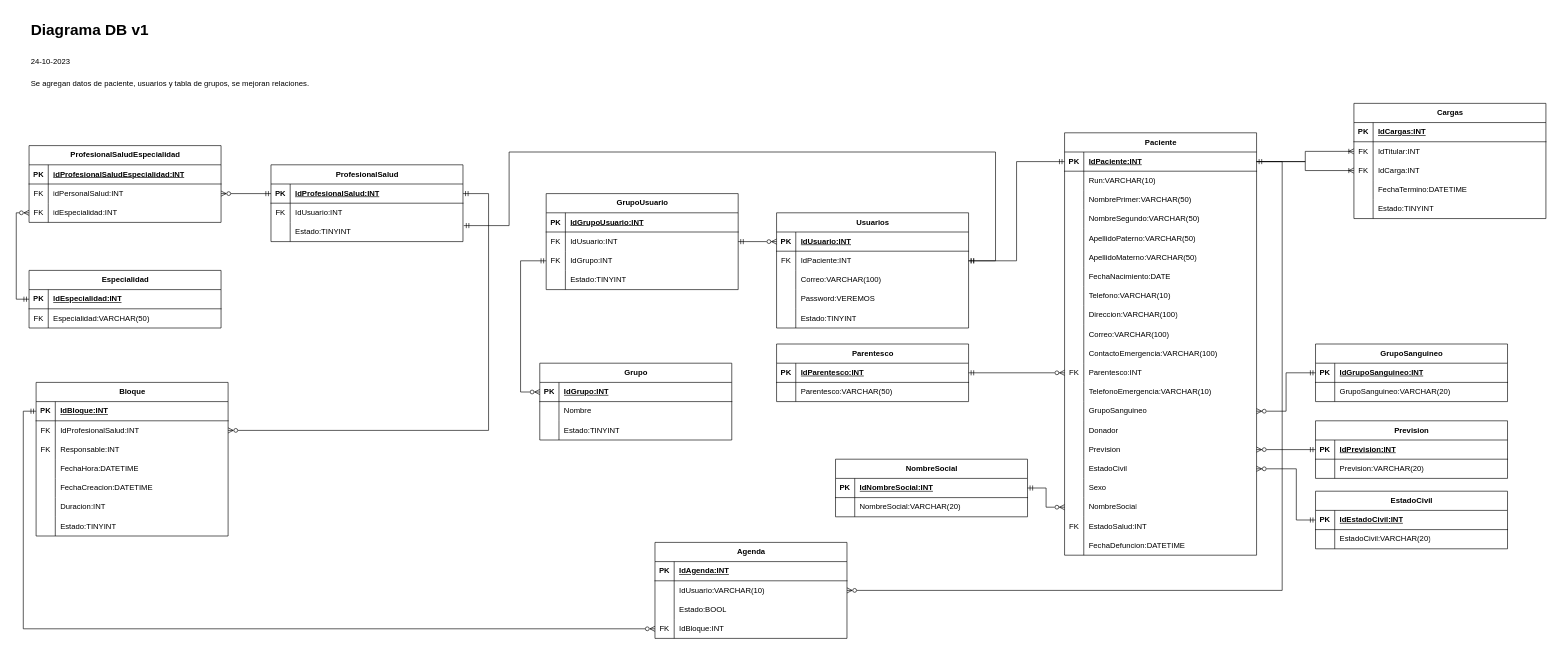
Before: DiagramaDB.drawio in JonaNomas/his-diagram, a draw.io diagram. Source tidied: cells renumbered, new cells numbered last; positions are measured from the earlier drawing's top-left corner, leaving out a move shared by most shapes. Both pictures are drawn from the tidied source at 64%, with x=0, y=0 at pixel (28, 17).
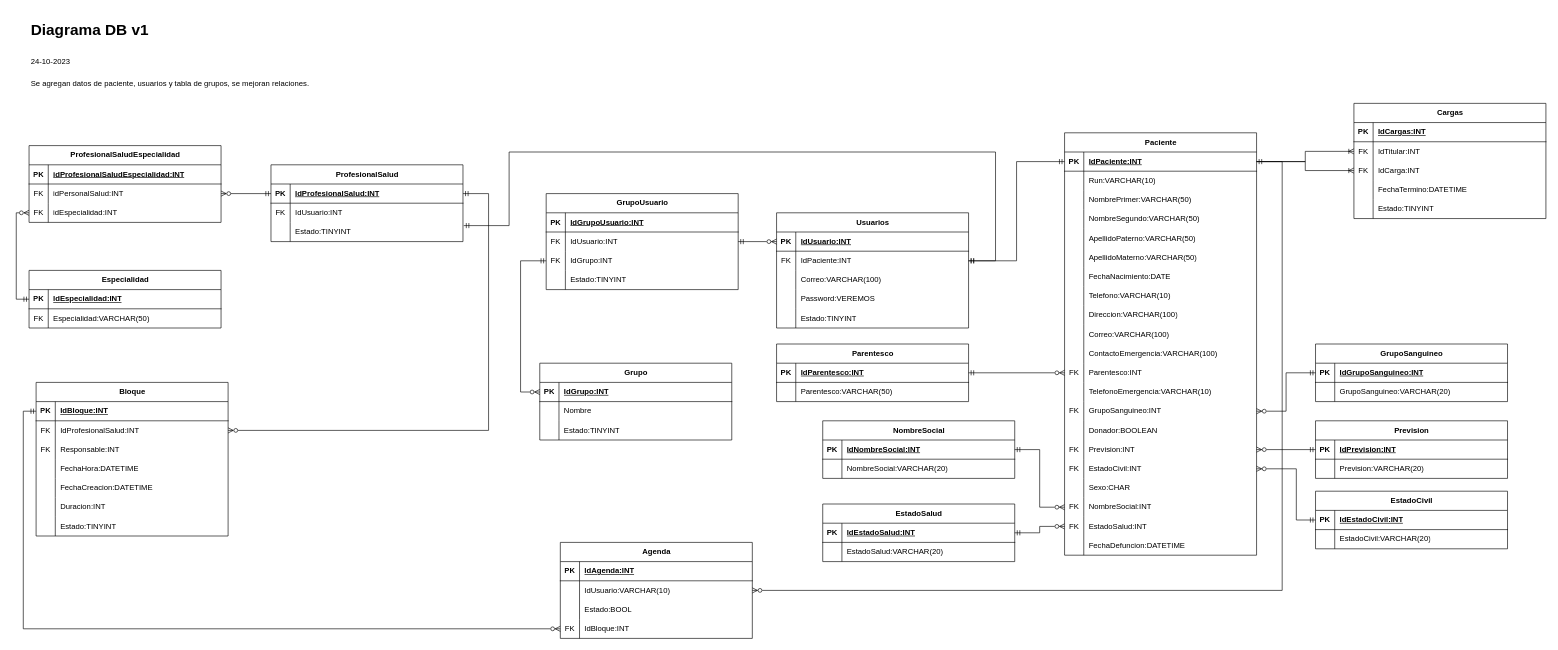
Above is the later version.

Commit message:
Se agrega tabla EstadoSalud

The change refers to these unchanged cells:
```xml
<mxCell id="42" style="shape=tableRow;horizontal=0;startSize=0;swimlaneHead=0;swimlaneBody=0;fillColor=none;points=[[0,0.5],[1,0.5]];portConstraint=eastwest;top=0;left=0;right=0;bottom=0;" parent="2" vertex="1">
  <mxGeometry y="420" width="300" height="30" as="geometry" />
</mxCell>
<mxCell id="45" style="shape=tableRow;horizontal=0;startSize=0;swimlaneHead=0;swimlaneBody=0;fillColor=none;top=0;left=0;right=0;bottom=0;" parent="2" vertex="1">
  <mxGeometry y="450" width="300" height="30" as="geometry" />
</mxCell>
<mxCell id="48" style="shape=tableRow;horizontal=0;startSize=0;swimlaneHead=0;swimlaneBody=0;fillColor=none;points=[[0,0.5],[1,0.5]];portConstraint=eastwest;top=0;left=0;right=0;bottom=0;" parent="2" vertex="1">
  <mxGeometry y="480" width="300" height="30" as="geometry" />
</mxCell>
<mxCell id="51" style="shape=tableRow;horizontal=0;startSize=0;swimlaneHead=0;swimlaneBody=0;fillColor=none;points=[[0,0.5],[1,0.5]];portConstraint=eastwest;top=0;left=0;right=0;bottom=0;" parent="2" vertex="1">
  <mxGeometry y="510" width="300" height="30" as="geometry" />
</mxCell>
<mxCell id="54" style="shape=tableRow;horizontal=0;startSize=0;swimlaneHead=0;swimlaneBody=0;fillColor=none;top=0;left=0;right=0;bottom=0;" parent="2" vertex="1">
  <mxGeometry y="540" width="300" height="30" as="geometry" />
</mxCell>
<mxCell id="57" style="shape=tableRow;horizontal=0;startSize=0;swimlaneHead=0;swimlaneBody=0;fillColor=none;points=[[0,0.5],[1,0.5]];portConstraint=eastwest;top=0;left=0;right=0;bottom=0;" parent="2" vertex="1">
  <mxGeometry y="570" width="300" height="30" as="geometry" />
</mxCell>
<mxCell id="60" style="shape=tableRow;horizontal=0;startSize=0;swimlaneHead=0;swimlaneBody=0;fillColor=none;points=[[0,0.5],[1,0.5]];portConstraint=eastwest;top=0;left=0;right=0;bottom=0;" parent="2" vertex="1">
  <mxGeometry y="600" width="300" height="30" as="geometry" />
</mxCell>
```

The edit, as a diff of the source:
```diff
@@
-    <mxCell id="43" style="shape=partialRectangle;fillColor=none;top=0;left=0;bottom=0;right=0;overflow=hidden;whiteSpace=wrap;html=1;" parent="42" vertex="1">
+    <mxCell id="43" value="FK" style="shape=partialRectangle;fillColor=none;top=0;left=0;bottom=0;right=0;overflow=hidden;whiteSpace=wrap;html=1;" parent="42" vertex="1">
       <mxGeometry width="30" height="30" as="geometry" />
     </mxCell>
-    <mxCell id="44" value="GrupoSanguineo" style="shape=partialRectangle;fillColor=none;top=0;left=0;bottom=0;right=0;align=left;spacingLeft=6;overflow=hidden;whiteSpace=wrap;html=1;" parent="42" vertex="1">
+    <mxCell id="44" value="GrupoSanguineo:INT" style="shape=partialRectangle;fillColor=none;top=0;left=0;bottom=0;right=0;align=left;spacingLeft=6;overflow=hidden;whiteSpace=wrap;html=1;" parent="42" vertex="1">
       <mxGeometry x="30" width="270" height="30" as="geometry" />
     </mxCell>
@@
-    <mxCell id="47" value="Donador" style="shape=partialRectangle;fillColor=none;top=0;left=0;bottom=0;right=0;align=left;spacingLeft=6;overflow=hidden;whiteSpace=wrap;html=1;" parent="45" vertex="1">
+    <mxCell id="47" value="Donador:BOOLEAN" style="shape=partialRectangle;fillColor=none;top=0;left=0;bottom=0;right=0;align=left;spacingLeft=6;overflow=hidden;whiteSpace=wrap;html=1;" parent="45" vertex="1">
       <mxGeometry x="30" width="270" height="30" as="geometry" />
     </mxCell>
@@
-    <mxCell id="49" style="shape=partialRectangle;fillColor=none;top=0;left=0;bottom=0;right=0;overflow=hidden;whiteSpace=wrap;html=1;" parent="48" vertex="1">
+    <mxCell id="49" value="FK" style="shape=partialRectangle;fillColor=none;top=0;left=0;bottom=0;right=0;overflow=hidden;whiteSpace=wrap;html=1;" parent="48" vertex="1">
       <mxGeometry width="30" height="30" as="geometry" />
     </mxCell>
-    <mxCell id="50" value="Prevision" style="shape=partialRectangle;fillColor=none;top=0;left=0;bottom=0;right=0;align=left;spacingLeft=6;overflow=hidden;whiteSpace=wrap;html=1;" parent="48" vertex="1">
+    <mxCell id="50" value="Prevision:INT" style="shape=partialRectangle;fillColor=none;top=0;left=0;bottom=0;right=0;align=left;spacingLeft=6;overflow=hidden;whiteSpace=wrap;html=1;" parent="48" vertex="1">
       <mxGeometry x="30" width="270" height="30" as="geometry" />
     </mxCell>
@@
-    <mxCell id="52" style="shape=partialRectangle;fillColor=none;top=0;left=0;bottom=0;right=0;overflow=hidden;whiteSpace=wrap;html=1;" parent="51" vertex="1">
+    <mxCell id="52" value="FK" style="shape=partialRectangle;fillColor=none;top=0;left=0;bottom=0;right=0;overflow=hidden;whiteSpace=wrap;html=1;" parent="51" vertex="1">
       <mxGeometry width="30" height="30" as="geometry" />
     </mxCell>
-    <mxCell id="53" value="EstadoCivil" style="shape=partialRectangle;fillColor=none;top=0;left=0;bottom=0;right=0;align=left;spacingLeft=6;overflow=hidden;whiteSpace=wrap;html=1;" parent="51" vertex="1">
+    <mxCell id="53" value="EstadoCivil:INT" style="shape=partialRectangle;fillColor=none;top=0;left=0;bottom=0;right=0;align=left;spacingLeft=6;overflow=hidden;whiteSpace=wrap;html=1;" parent="51" vertex="1">
       <mxGeometry x="30" width="270" height="30" as="geometry" />
     </mxCell>
@@
-    <mxCell id="56" value="Sexo" style="shape=partialRectangle;fillColor=none;top=0;left=0;bottom=0;right=0;align=left;spacingLeft=6;overflow=hidden;whiteSpace=wrap;html=1;" parent="54" vertex="1">
+    <mxCell id="56" value="Sexo:CHAR" style="shape=partialRectangle;fillColor=none;top=0;left=0;bottom=0;right=0;align=left;spacingLeft=6;overflow=hidden;whiteSpace=wrap;html=1;" parent="54" vertex="1">
       <mxGeometry x="30" width="270" height="30" as="geometry" />
     </mxCell>
@@
-    <mxCell id="58" style="shape=partialRectangle;fillColor=none;top=0;left=0;bottom=0;right=0;overflow=hidden;whiteSpace=wrap;html=1;" parent="57" vertex="1">
+    <mxCell id="58" value="FK" style="shape=partialRectangle;fillColor=none;top=0;left=0;bottom=0;right=0;overflow=hidden;whiteSpace=wrap;html=1;" parent="57" vertex="1">
       <mxGeometry width="30" height="30" as="geometry" />
     </mxCell>
-    <mxCell id="59" value="NombreSocial" style="shape=partialRectangle;fillColor=none;top=0;left=0;bottom=0;right=0;align=left;spacingLeft=6;overflow=hidden;whiteSpace=wrap;html=1;" parent="57" vertex="1">
+    <mxCell id="59" value="NombreSocial:INT" style="shape=partialRectangle;fillColor=none;top=0;left=0;bottom=0;right=0;align=left;spacingLeft=6;overflow=hidden;whiteSpace=wrap;html=1;" parent="57" vertex="1">
       <mxGeometry x="30" width="270" height="30" as="geometry" />
     </mxCell>
@@
     <mxCell id="89" value="Agenda" style="shape=table;startSize=30;childLayout=tableLayout;rowLines=0;fontStyle=1;align=center;html=1;" parent="1" vertex="1">
-      <mxGeometry x="979.9" y="820" width="300" height="150" as="geometry" />
+      <mxGeometry x="832" y="820" width="300" height="150" as="geometry" />
     </mxCell>
@@
     <mxCell id="220" value="NombreSocial" style="shape=table;startSize=30;childLayout=tableLayout;rowLines=0;fontStyle=1;align=center;html=1;" parent="1" vertex="1">
-      <mxGeometry x="1262" y="690" width="300" height="90" as="geometry" />
+      <mxGeometry x="1242" y="630" width="300" height="90" as="geometry" />
     </mxCell>
@@
+    <mxCell id="236" value="EstadoSalud" style="shape=table;startSize=30;childLayout=tableLayout;rowLines=0;fontStyle=1;align=center;html=1;" parent="1" vertex="1">
+      <mxGeometry x="1242" y="760" width="300" height="90" as="geometry" />
+    </mxCell>
+    <mxCell id="237" style="shape=tableRow;horizontal=0;startSize=0;swimlaneHead=0;swimlaneBody=0;fillColor=none;points=[[0,0.5],[1,0.5]];portConstraint=eastwest;top=0;left=0;right=0;bottom=1;" parent="236" vertex="1">
+      <mxGeometry y="30" width="300" height="30" as="geometry" />
+    </mxCell>
+    <mxCell id="238" value="PK" style="shape=partialRectangle;fillColor=none;top=0;left=0;bottom=0;right=0;fontStyle=1;overflow=hidden;whiteSpace=wrap;html=1;" parent="237" vertex="1">
+      <mxGeometry width="30" height="30" as="geometry" />
+    </mxCell>
+    <mxCell id="239" value="IdEstadoSalud:INT" style="shape=partialRectangle;fillColor=none;top=0;left=0;bottom=0;right=0;align=left;spacingLeft=6;fontStyle=5;overflow=hidden;whiteSpace=wrap;html=1;" parent="237" vertex="1">
+      <mxGeometry x="30" width="270" height="30" as="geometry" />
+    </mxCell>
+    <mxCell id="240" style="shape=tableRow;horizontal=0;startSize=0;swimlaneHead=0;swimlaneBody=0;fillColor=none;top=0;left=0;right=0;bottom=0;" parent="236" vertex="1">
+      <mxGeometry y="60" width="300" height="30" as="geometry" />
+    </mxCell>
+    <mxCell id="241" style="shape=partialRectangle;fillColor=none;top=0;left=0;bottom=0;right=0;overflow=hidden;whiteSpace=wrap;html=1;" parent="240" vertex="1">
+      <mxGeometry width="30" height="30" as="geometry" />
+    </mxCell>
+    <mxCell id="242" value="EstadoSalud:VARCHAR(20)" style="shape=partialRectangle;fillColor=none;top=0;left=0;bottom=0;right=0;align=left;spacingLeft=6;overflow=hidden;whiteSpace=wrap;html=1;" parent="240" vertex="1">
+      <mxGeometry x="30" width="270" height="30" as="geometry" />
+    </mxCell>
+    <mxCell id="243" style="edgeStyle=orthogonalEdgeStyle;rounded=0;jettySize=auto;html=1;startArrow=ERzeroToMany;startFill=0;endArrow=ERmandOne;endFill=0;" parent="1" edge="1" source="60" target="237">
+      <mxGeometry relative="1" as="geometry" />
+    </mxCell>
```
